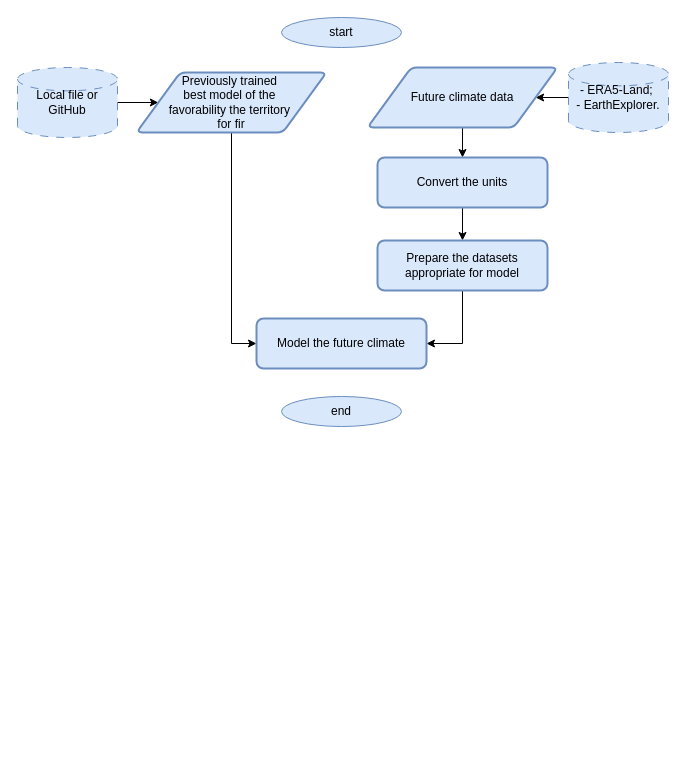
Before: pipeline_future_area.drawio in SawerBeetle/abies_area_modelling, a draw.io diagram. Source tidied: cells renumbered, new cells numbered last; positions are measured from the earlier drawing's top-left corner, leaving out a move shared by most shapes. Both pictures are drawn from the tidied source at 100%, with x=0, y=0 at pixel (17, 17).
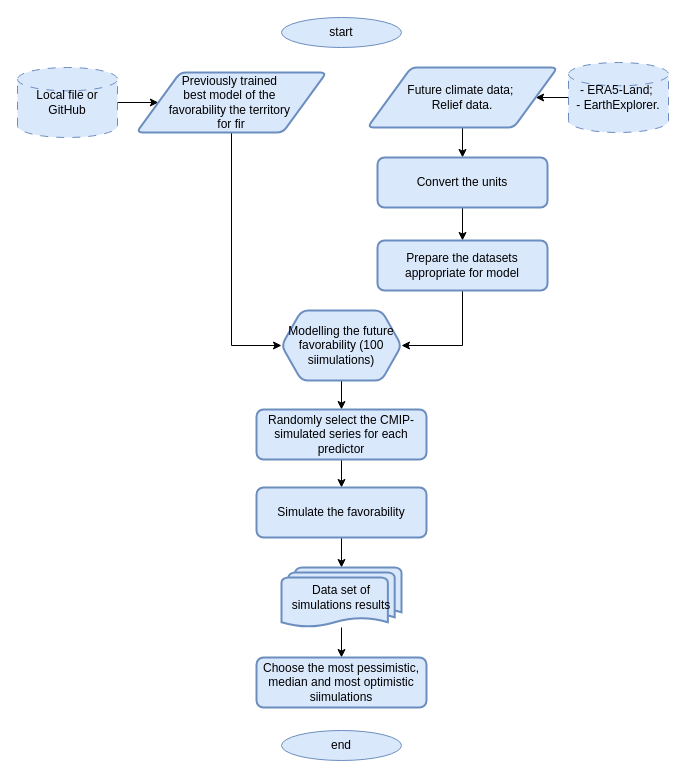
Above is the later version.

The change refers to these unchanged cells:
```xml
<mxCell id="11" value="Previously trained&amp;nbsp;&lt;div&gt;best model of the&amp;nbsp;&lt;/div&gt;&lt;div&gt;favorability the territory&amp;nbsp;&lt;/div&gt;&lt;div&gt;f&lt;span style=&quot;background-color: transparent; color: light-dark(rgb(0, 0, 0), rgb(255, 255, 255));&quot;&gt;or fir&lt;/span&gt;&lt;/div&gt;" style="shape=parallelogram;html=1;strokeWidth=2;perimeter=parallelogramPerimeter;whiteSpace=wrap;rounded=1;arcSize=12;size=0.23;align=center;fillColor=#dae8fc;strokeColor=#6c8ebf;" parent="1" vertex="1">
  <mxGeometry x="119" y="55" width="190" height="60" as="geometry" />
</mxCell>
<mxCell id="15" value="Prepare the datasets appropriate for model" style="rounded=1;whiteSpace=wrap;html=1;absoluteArcSize=1;arcSize=14;strokeWidth=2;fillColor=#dae8fc;strokeColor=#6c8ebf;" parent="1" vertex="1">
  <mxGeometry x="360" y="223" width="170" height="50" as="geometry" />
</mxCell>
```

Change to the diagram source:
```diff
@@
-    <mxCell id="6" value="Future climate data" style="shape=parallelogram;html=1;strokeWidth=2;perimeter=parallelogramPerimeter;whiteSpace=wrap;rounded=1;arcSize=12;size=0.23;align=center;fillColor=#dae8fc;strokeColor=#6c8ebf;" parent="1" vertex="1">
+    <mxCell id="6" value="Future climate data;&amp;nbsp;&lt;div&gt;Relief data.&lt;/div&gt;" style="shape=parallelogram;html=1;strokeWidth=2;perimeter=parallelogramPerimeter;whiteSpace=wrap;rounded=1;arcSize=12;size=0.23;align=center;fillColor=#dae8fc;strokeColor=#6c8ebf;" parent="1" vertex="1">
       <mxGeometry x="350" y="50" width="190" height="60" as="geometry" />
     </mxCell>
     <mxCell id="7" value="end" style="ellipse;whiteSpace=wrap;html=1;fillColor=#dae8fc;strokeColor=#6c8ebf;" parent="1" vertex="1">
-      <mxGeometry x="264" y="379" width="120" height="30" as="geometry" />
+      <mxGeometry x="264" y="713" width="120" height="30" as="geometry" />
     </mxCell>
@@
-    <mxCell id="10" style="edgeStyle=orthogonalEdgeStyle;rounded=0;jettySize=auto;html=1;entryX=0;entryY=0.5;entryDx=0;entryDy=0;" parent="1" edge="1" source="11" target="16">
-      <mxGeometry relative="1" as="geometry" />
-    </mxCell>
+    <mxCell id="17" style="edgeStyle=orthogonalEdgeStyle;rounded=0;jettySize=auto;html=1;entryX=0;entryY=0.5;entryDx=0;entryDy=0;" parent="1" edge="1" source="11" target="20">
+      <mxGeometry relative="1" as="geometry" />
+    </mxCell>
@@
-    <mxCell id="14" style="edgeStyle=orthogonalEdgeStyle;rounded=0;jettySize=auto;html=1;exitX=0.5;exitY=1;exitDx=0;exitDy=0;entryX=1;entryY=0.5;entryDx=0;entryDy=0;" parent="1" edge="1" source="15" target="16">
-      <mxGeometry relative="1" as="geometry" />
-    </mxCell>
+    <mxCell id="18" style="edgeStyle=orthogonalEdgeStyle;rounded=0;jettySize=auto;html=1;entryX=1;entryY=0.5;entryDx=0;entryDy=0;" parent="1" edge="1" source="15" target="20">
+      <mxGeometry relative="1" as="geometry" />
+    </mxCell>
@@
-    <mxCell id="16" value="Model the future climate" style="rounded=1;whiteSpace=wrap;html=1;absoluteArcSize=1;arcSize=14;strokeWidth=2;fillColor=#dae8fc;strokeColor=#6c8ebf;" parent="1" vertex="1">
-      <mxGeometry x="239" y="301" width="170" height="50" as="geometry" />
-    </mxCell>
+    <mxCell id="19" style="edgeStyle=orthogonalEdgeStyle;rounded=0;jettySize=auto;html=1;" parent="1" edge="1" source="20" target="22">
+      <mxGeometry relative="1" as="geometry" />
+    </mxCell>
+    <mxCell id="20" value="Modelling the future favorability (100 siimulations)" style="shape=hexagon;perimeter=hexagonPerimeter2;whiteSpace=wrap;html=1;shapeInside=1;fixedSize=1;rounded=1;strokeColor=#6c8ebf;strokeWidth=2;align=center;verticalAlign=middle;arcSize=14;absoluteArcSize=1;fontFamily=Helvetica;fontSize=12;fontColor=default;fillColor=#dae8fc;" parent="1" vertex="1">
+      <mxGeometry x="264" y="293" width="120" height="70" as="geometry" />
+    </mxCell>
+    <mxCell id="21" style="edgeStyle=orthogonalEdgeStyle;rounded=0;jettySize=auto;html=1;" parent="1" edge="1" source="22" target="24">
+      <mxGeometry relative="1" as="geometry" />
+    </mxCell>
+    <mxCell id="22" value="Randomly select the CMIP-simulated series for each predictor" style="rounded=1;whiteSpace=wrap;html=1;absoluteArcSize=1;arcSize=14;strokeWidth=2;fillColor=#dae8fc;strokeColor=#6c8ebf;" parent="1" vertex="1">
+      <mxGeometry x="239" y="392" width="170" height="50" as="geometry" />
+    </mxCell>
+    <mxCell id="23" style="edgeStyle=orthogonalEdgeStyle;rounded=0;jettySize=auto;html=1;" parent="1" edge="1" source="24" target="26">
+      <mxGeometry relative="1" as="geometry" />
+    </mxCell>
+    <mxCell id="24" value="Simulate the favorability" style="rounded=1;whiteSpace=wrap;html=1;absoluteArcSize=1;arcSize=14;strokeWidth=2;fillColor=#dae8fc;strokeColor=#6c8ebf;" parent="1" vertex="1">
+      <mxGeometry x="239" y="470" width="170" height="50" as="geometry" />
+    </mxCell>
+    <mxCell id="25" style="edgeStyle=orthogonalEdgeStyle;rounded=0;jettySize=auto;html=1;" parent="1" edge="1" source="26" target="27">
+      <mxGeometry relative="1" as="geometry" />
+    </mxCell>
+    <mxCell id="26" value="Data set of simulations results" style="strokeWidth=2;html=1;shape=mxgraph.flowchart.multi-document;whiteSpace=wrap;boundedLbl=1;rounded=1;strokeColor=#6c8ebf;align=center;verticalAlign=middle;arcSize=14;absoluteArcSize=1;fontFamily=Helvetica;fontSize=12;fontColor=default;fillColor=#dae8fc;" parent="1" vertex="1">
+      <mxGeometry x="264" y="550" width="120" height="60" as="geometry" />
+    </mxCell>
+    <mxCell id="27" value="Choose the most pessimistic, median and most optimistic siimulations" style="rounded=1;whiteSpace=wrap;html=1;absoluteArcSize=1;arcSize=14;strokeWidth=2;fillColor=#dae8fc;strokeColor=#6c8ebf;" parent="1" vertex="1">
+      <mxGeometry x="239" y="640" width="170" height="50" as="geometry" />
+    </mxCell>
```
